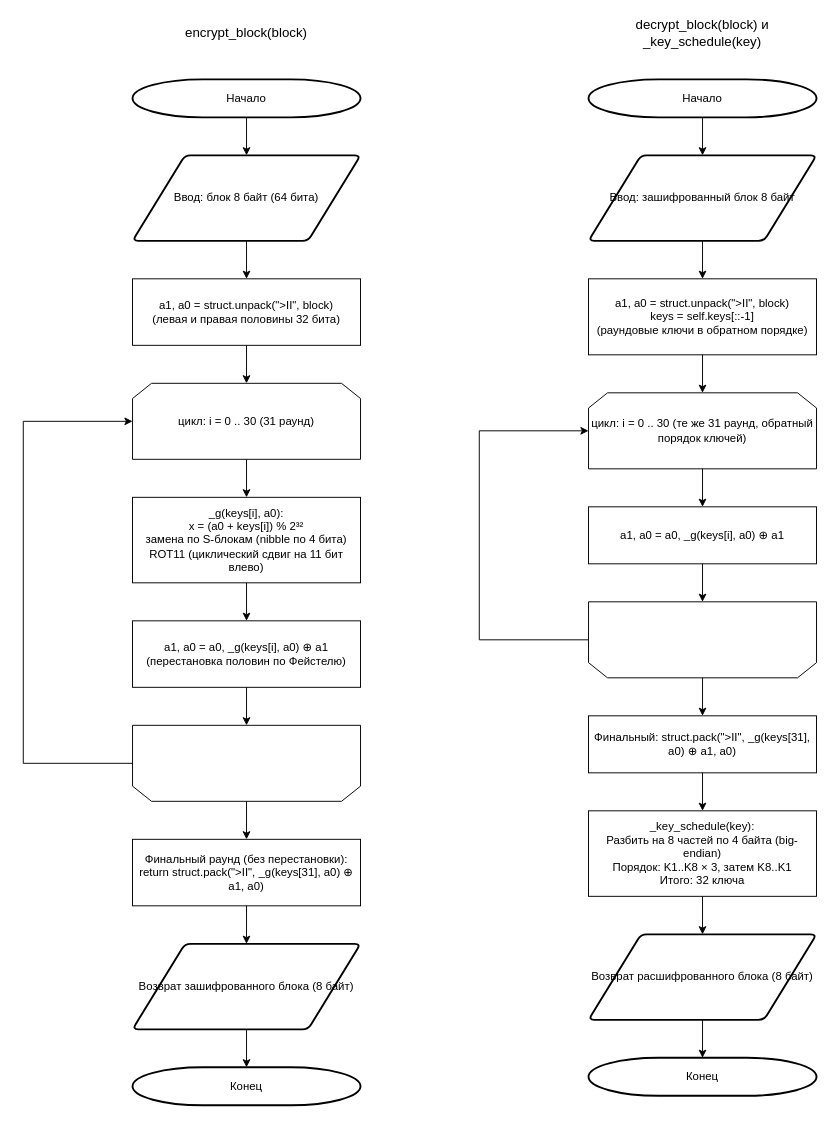
Laincetta/mospolytech-cryptography keeps this draw.io diagram as magma_diagram.drawio. Above is the earlier version. Source tidied: cells renumbered, new cells numbered last; positions are measured from the earlier drawing's top-left corner, leaving out a move shared by most shapes. Both pictures are drawn from the tidied source at 95%, with x=0, y=0 at pixel (23, 23).
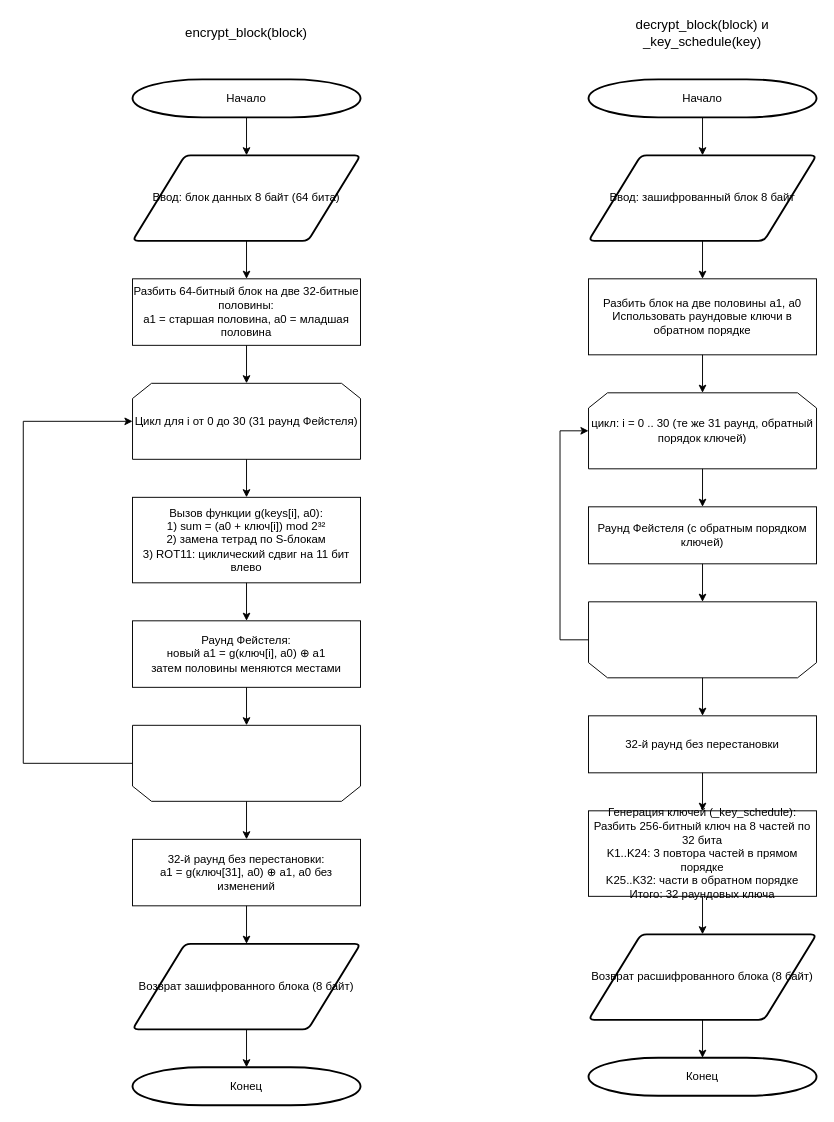
The same diagram, later.

Unchanged cells that the change refers to:
```xml
<mxCell id="28" value="цикл: i = 0 .. 30 (те же 31 раунд, обратный порядок ключей)" style="shape=loopLimit;whiteSpace=wrap;html=1;" parent="1" vertex="1">
  <mxGeometry x="595" y="389" width="240" height="80" as="geometry" />
</mxCell>
<mxCell id="31" style="text;html=1;whiteSpace=wrap;strokeColor=none;fillColor=none;opacity=0;" parent="1" vertex="1">
  <mxGeometry x="595" y="609" width="240" height="80" as="geometry" />
</mxCell>
```

What changed in the source:
```diff
@@
-    <mxCell id="4" value="Ввод: блок 8 байт (64 бита)" style="shape=parallelogram;html=1;strokeWidth=2;perimeter=parallelogramPerimeter;whiteSpace=wrap;rounded=1;arcSize=12;size=0.23;" parent="1" vertex="1">
+    <mxCell id="4" value="Ввод: блок данных 8 байт (64 бита)" style="shape=parallelogram;html=1;strokeWidth=2;perimeter=parallelogramPerimeter;whiteSpace=wrap;rounded=1;arcSize=12;size=0.23;" parent="1" vertex="1">
       <mxGeometry x="115" y="139" width="240" height="90" as="geometry" />
     </mxCell>
-    <mxCell id="5" value="a1, a0 = struct.unpack(&quot;&gt;II&quot;, block)&#10;(левая и правая половины 32 бита)" style="rounded=0;whiteSpace=wrap;html=1;" parent="1" vertex="1">
+    <mxCell id="5" value="Разбить 64-битный блок на две 32-битные половины:&#10;a1 = старшая половина,  a0 = младшая половина" style="rounded=0;whiteSpace=wrap;html=1;" parent="1" vertex="1">
       <mxGeometry x="115" y="269" width="240" height="70" as="geometry" />
     </mxCell>
-    <mxCell id="6" value="цикл: i = 0 .. 30 (31 раунд)" style="shape=loopLimit;whiteSpace=wrap;html=1;" parent="1" vertex="1">
+    <mxCell id="6" value="Цикл для i от 0 до 30 (31 раунд Фейстеля)" style="shape=loopLimit;whiteSpace=wrap;html=1;" parent="1" vertex="1">
       <mxGeometry x="115" y="379" width="240" height="80" as="geometry" />
     </mxCell>
-    <mxCell id="7" value="_g(keys[i], a0):&#10;x = (a0 + keys[i]) % 2³²&#10;замена по S-блокам (nibble по 4 бита)&#10;ROT11 (циклический сдвиг на 11 бит влево)" style="rounded=0;whiteSpace=wrap;html=1;" parent="1" vertex="1">
+    <mxCell id="7" value="Вызов функции g(keys[i], a0):&#10;1) sum = (a0 + ключ[i]) mod 2³²&#10;2) замена тетрад по S-блокам&#10;3) ROT11: циклический сдвиг на 11 бит влево" style="rounded=0;whiteSpace=wrap;html=1;" parent="1" vertex="1">
       <mxGeometry x="115" y="499" width="240" height="90" as="geometry" />
     </mxCell>
-    <mxCell id="8" value="a1, a0 = a0, _g(keys[i], a0) ⊕ a1&#10;(перестановка половин по Фейстелю)" style="rounded=0;whiteSpace=wrap;html=1;" parent="1" vertex="1">
+    <mxCell id="8" value="Раунд Фейстеля:&#10;новый a1 = g(ключ[i], a0) ⊕ a1&#10;затем половины меняются местами" style="rounded=0;whiteSpace=wrap;html=1;" parent="1" vertex="1">
       <mxGeometry x="115" y="629" width="240" height="70" as="geometry" />
     </mxCell>
@@
-    <mxCell id="11" value="Финальный раунд (без перестановки):&#10;return struct.pack(&quot;&gt;II&quot;, _g(keys[31], a0) ⊕ a1, a0)" style="rounded=0;whiteSpace=wrap;html=1;" parent="1" vertex="1">
+    <mxCell id="11" value="32-й раунд без перестановки:&#10;a1 = g(ключ[31], a0) ⊕ a1,  a0 без изменений" style="rounded=0;whiteSpace=wrap;html=1;" parent="1" vertex="1">
       <mxGeometry x="115" y="859" width="240" height="70" as="geometry" />
     </mxCell>
@@
-    <mxCell id="27" value="a1, a0 = struct.unpack(&quot;&gt;II&quot;, block)&#10;keys = self.keys[::-1]&#10;(раундовые ключи в обратном порядке)" style="rounded=0;whiteSpace=wrap;html=1;" parent="1" vertex="1">
+    <mxCell id="27" value="Разбить блок на две половины a1, a0&#10;Использовать раундовые ключи в обратном порядке" style="rounded=0;whiteSpace=wrap;html=1;" parent="1" vertex="1">
       <mxGeometry x="595" y="269" width="240" height="80" as="geometry" />
     </mxCell>
@@
-    <mxCell id="29" value="a1, a0 = a0, _g(keys[i], a0) ⊕ a1" style="rounded=0;whiteSpace=wrap;html=1;" parent="1" vertex="1">
+    <mxCell id="29" value="Раунд Фейстеля (с обратным порядком ключей)" style="rounded=0;whiteSpace=wrap;html=1;" parent="1" vertex="1">
       <mxGeometry x="595" y="509" width="240" height="60" as="geometry" />
     </mxCell>
@@
-    <mxCell id="32" value="Финальный: struct.pack(&quot;&gt;II&quot;, _g(keys[31], a0) ⊕ a1, a0)" style="rounded=0;whiteSpace=wrap;html=1;" parent="1" vertex="1">
+    <mxCell id="32" value="32-й раунд без перестановки" style="rounded=0;whiteSpace=wrap;html=1;" parent="1" vertex="1">
       <mxGeometry x="595" y="729" width="240" height="60" as="geometry" />
     </mxCell>
-    <mxCell id="33" value="_key_schedule(key):&#10;Разбить на 8 частей по 4 байта (big-endian)&#10;Порядок: K1..K8 × 3, затем K8..K1&#10;Итого: 32 ключа" style="rounded=0;whiteSpace=wrap;html=1;" parent="1" vertex="1">
+    <mxCell id="33" value="Генерация ключей (_key_schedule):&#10;Разбить 256-битный ключ на 8 частей по 32 бита&#10;K1..K24: 3 повтора частей в прямом порядке&#10;K25..K32: части в обратном порядке&#10;Итого: 32 раундовых ключа" style="rounded=0;whiteSpace=wrap;html=1;" parent="1" vertex="1">
       <mxGeometry x="595" y="829" width="240" height="90" as="geometry" />
     </mxCell>
@@
     <mxCell id="41" style="edgeStyle=orthogonalEdgeStyle;rounded=0;jettySize=auto;html=1;exitX=0;exitY=0.5;exitDx=0;exitDy=0;entryX=0;entryY=0.5;entryDx=0;entryDy=0;" parent="1" edge="1" source="31" target="28">
       <mxGeometry relative="1" as="geometry">
         <Array as="points">
-          <mxPoint x="480" y="649" />
-          <mxPoint x="480" y="429" />
+          <mxPoint x="565" y="649" />
+          <mxPoint x="565" y="429" />
         </Array>
       </mxGeometry>
     </mxCell>
```
